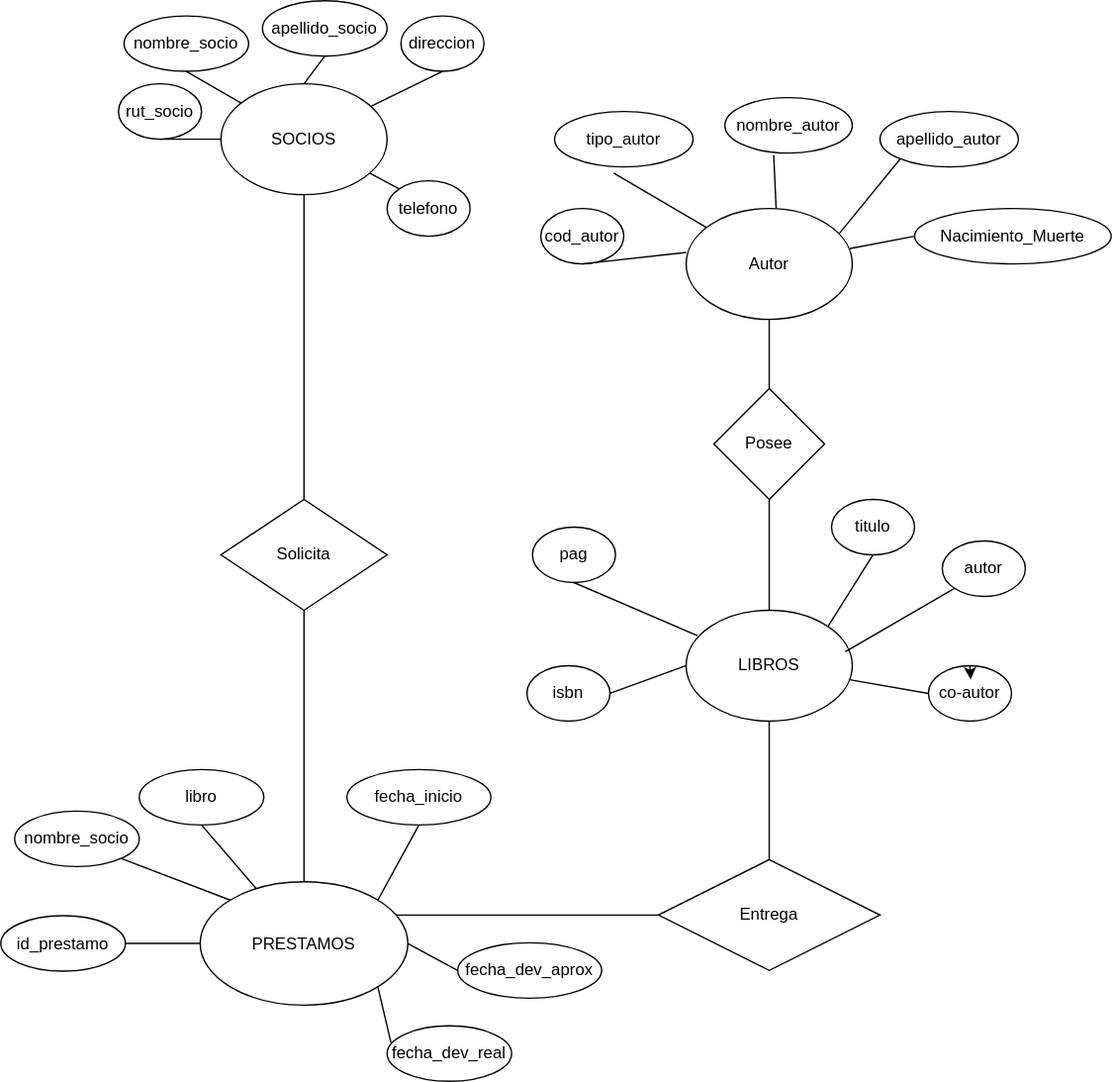
The draw.io diagram Modelo_Conceptual_01.svg in latiscool/BD_Bilbioteca_LTG, before a commit. Source tidied: cells renumbered, new cells last; positions are measured from the earlier drawing's top-left corner, leaving out a move shared by most shapes.
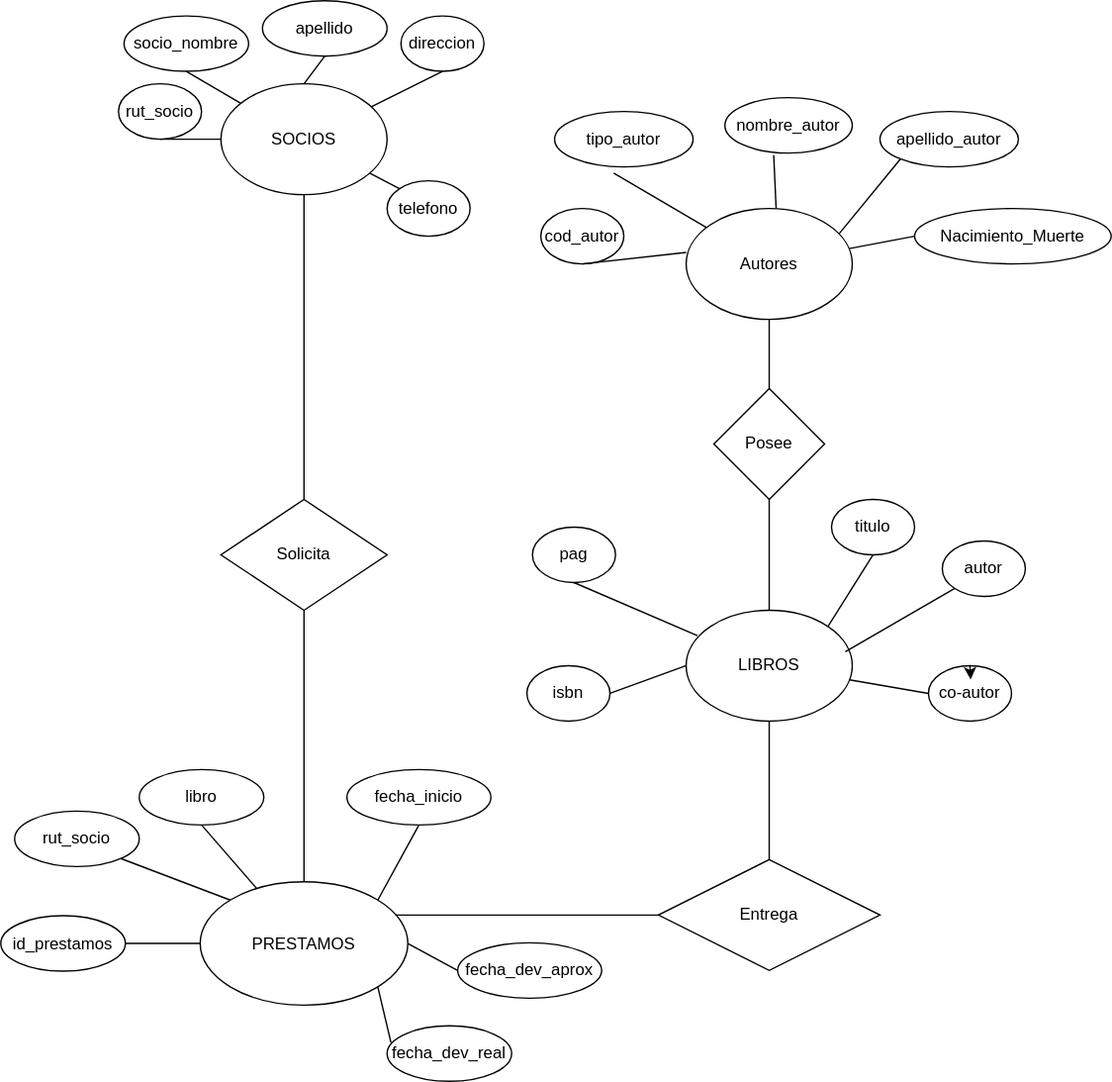
After the commit.

The edit, as a diff of the source:
```diff
@@ -23,7 +23,7 @@
     <mxCell id="8" style="endArrow=none;html=1;rounded=0;entryX=0;entryY=0.5;entryDx=0;entryDy=0;exitX=1;exitY=0.5;exitDx=0;exitDy=0;" parent="3" edge="1" source="4" target="6">
       <mxGeometry relative="1" as="geometry" />
     </mxCell>
-    <mxCell id="9" value="nombre_socio" style="ellipse;whiteSpace=wrap;html=1;" parent="3" vertex="1">
+    <mxCell id="9" value="rut_socio" style="ellipse;whiteSpace=wrap;html=1;" parent="3" vertex="1">
       <mxGeometry x="10" y="40" width="90" height="40" as="geometry" />
     </mxCell>
     <mxCell id="10" value="libro" style="ellipse;whiteSpace=wrap;html=1;" parent="3" vertex="1">
@@ -35,7 +35,7 @@
     <mxCell id="12" style="endArrow=none;html=1;rounded=0;entryX=1;entryY=1;entryDx=0;entryDy=0;exitX=0;exitY=0;exitDx=0;exitDy=0;" parent="3" edge="1" source="4" target="9">
       <mxGeometry relative="1" as="geometry" />
     </mxCell>
-    <mxCell id="13" value="id_prestamo" style="ellipse;whiteSpace=wrap;html=1;" parent="3" vertex="1">
+    <mxCell id="13" value="id_prestamos" style="ellipse;whiteSpace=wrap;html=1;" parent="3" vertex="1">
       <mxGeometry y="115.5" width="90" height="40" as="geometry" />
     </mxCell>
     <mxCell id="14" style="edgeStyle=orthogonalEdgeStyle;rounded=0;orthogonalLoop=1;jettySize=auto;html=1;exitX=0.5;exitY=1;exitDx=0;exitDy=0;" parent="3" edge="1" source="13" target="13">
@@ -53,13 +53,13 @@
     <mxCell id="18" value="rut_socio" style="ellipse;whiteSpace=wrap;html=1;" parent="16" vertex="1">
       <mxGeometry y="60" width="60" height="40" as="geometry" />
     </mxCell>
-    <mxCell id="19" value="nombre_socio" style="ellipse;whiteSpace=wrap;html=1;" parent="16" vertex="1">
+    <mxCell id="19" value="socio_nombre" style="ellipse;whiteSpace=wrap;html=1;" parent="16" vertex="1">
       <mxGeometry x="4" y="11" width="90" height="40" as="geometry" />
     </mxCell>
     <mxCell id="20" value="direccion" style="ellipse;whiteSpace=wrap;html=1;" parent="16" vertex="1">
       <mxGeometry x="204" y="11" width="60" height="40" as="geometry" />
     </mxCell>
-    <mxCell id="21" value="apellido_socio" style="ellipse;whiteSpace=wrap;html=1;" parent="16" vertex="1">
+    <mxCell id="21" value="apellido" style="ellipse;whiteSpace=wrap;html=1;" parent="16" vertex="1">
       <mxGeometry x="104" width="90" height="40" as="geometry" />
     </mxCell>
     <mxCell id="22" style="endArrow=none;html=1;rounded=0;entryX=0.5;entryY=1;entryDx=0;entryDy=0;exitX=0;exitY=0.5;exitDx=0;exitDy=0;" parent="16" edge="1" source="17" target="18">
@@ -145,7 +145,7 @@
     <mxCell id="48" value="Posee" style="rhombus;whiteSpace=wrap;html=1;" parent="1" vertex="1">
       <mxGeometry x="515" y="280" width="80" height="80" as="geometry" />
     </mxCell>
-    <mxCell id="49" value="Autor" style="ellipse;whiteSpace=wrap;html=1;" parent="1" vertex="1">
+    <mxCell id="49" value="Autores" style="ellipse;whiteSpace=wrap;html=1;" parent="1" vertex="1">
       <mxGeometry x="495" y="150" width="120" height="80" as="geometry" />
     </mxCell>
     <mxCell id="50" style="endArrow=none;html=1;rounded=0;entryX=0.5;entryY=1;entryDx=0;entryDy=0;" parent="1" edge="1" source="29" target="48">
```
